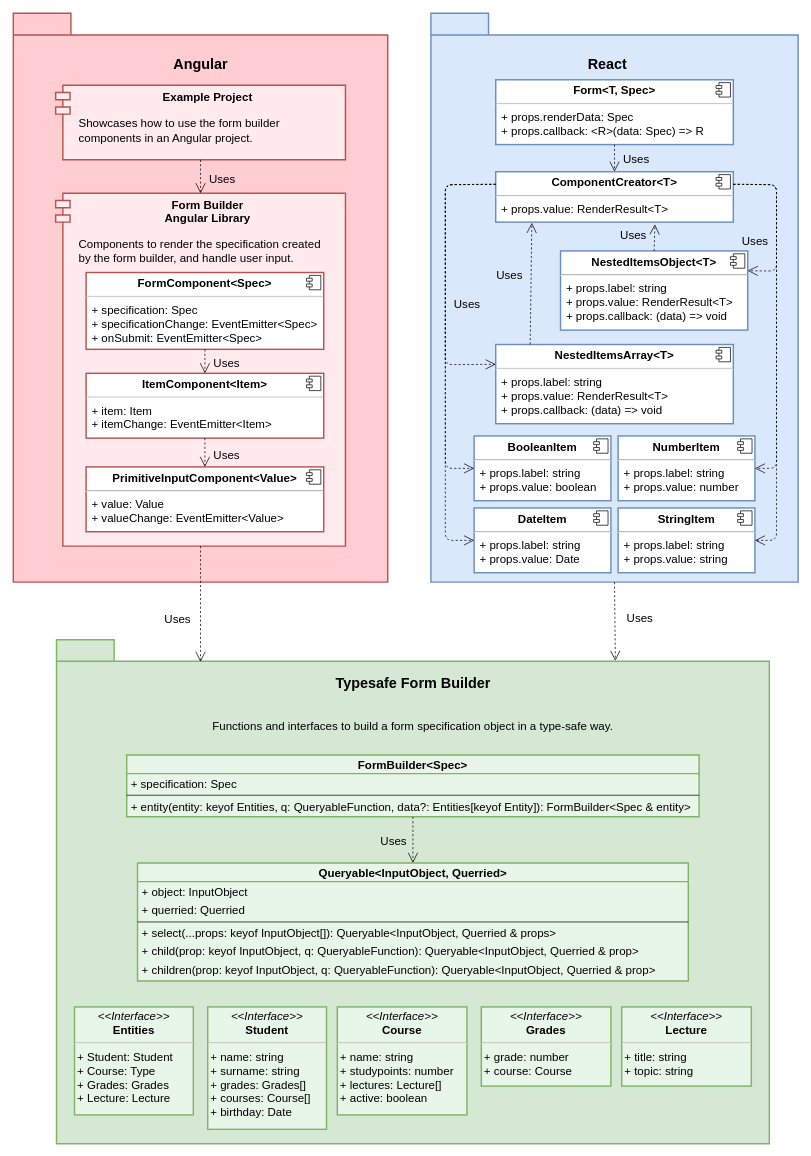
The draw.io diagram documentation/diagrams/form-builder-diagram.drawio in ahoefnagel/typesafe-form-builder, before the edit. Source tidied: cells renumbered, new cells numbered last; positions are measured from the earlier drawing's top-left corner, leaving out a move shared by most shapes. Both pictures are drawn from the tidied source at 72%, with x=0, y=0 at pixel (13, 13).
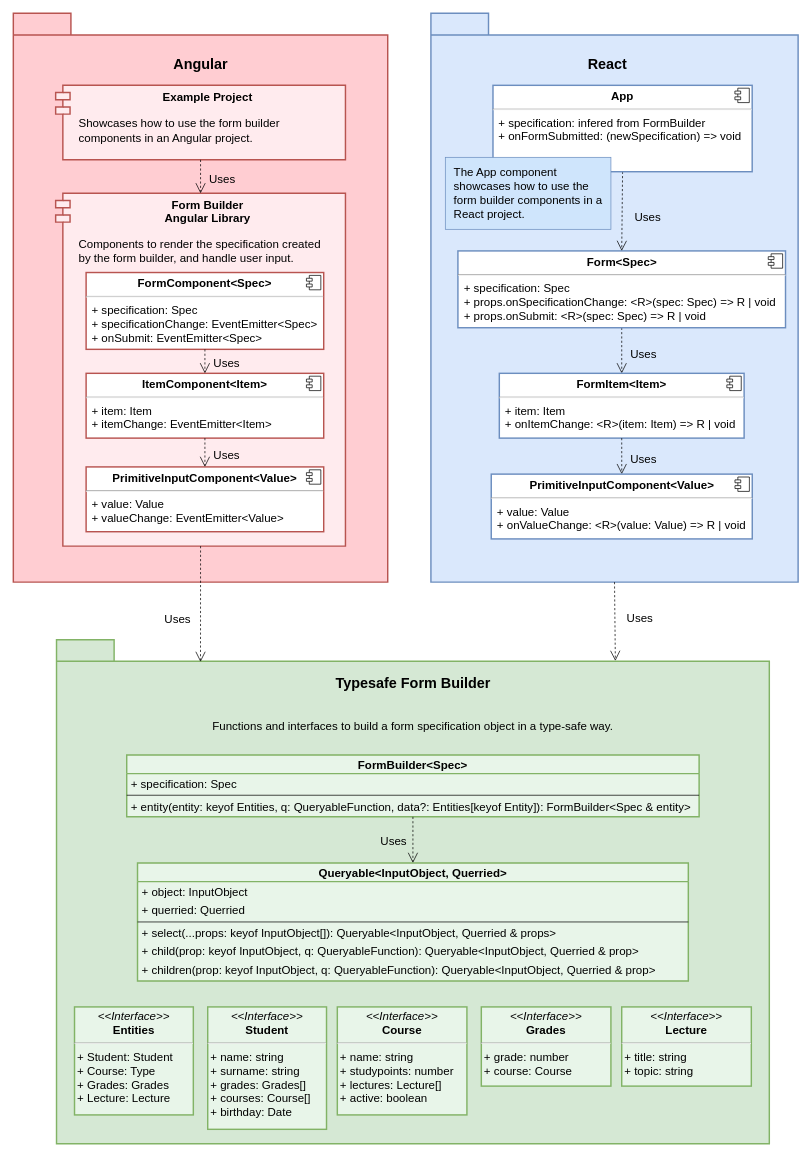
The same diagram, later.

Commit message (it also covers changes not shown here):
Update react components in Diagram.

Unchanged cells that the change refers to:
```xml
<mxCell id="17" style="shape=folder;fontStyle=1;tabWidth=80;tabHeight=30;tabPosition=left;html=1;boundedLbl=1;fontSize=16;strokeWidth=2;fillColor=#dae8fc;strokeColor=#6c8ebf;" parent="1" vertex="1">
  <mxGeometry x="580" width="510" height="790" as="geometry" />
</mxCell>
```

The edit, as a diff of the source:
```diff
@@
-    <mxCell id="19" value="&lt;p style=&quot;margin: 6px 0px 0px ; text-align: center ; font-size: 16px&quot;&gt;&lt;b style=&quot;font-size: 16px&quot;&gt;Form&amp;lt;T, Spec&amp;gt;&lt;/b&gt;&lt;/p&gt;&lt;hr style=&quot;font-size: 16px&quot;&gt;&lt;p style=&quot;margin: 0px 0px 0px 8px ; font-size: 16px&quot;&gt;+ props.renderData: Spec&lt;br style=&quot;font-size: 16px&quot;&gt;+ props.callback: &amp;lt;R&amp;gt;(data: Spec) =&amp;gt; R&lt;br&gt;&lt;/p&gt;" style="align=left;overflow=fill;html=1;labelBackgroundColor=none;fontSize=16;fontColor=#000000;strokeWidth=2;fillColor=#FFFFFF;gradientColor=none;strokeColor=#6C8EBF;" parent="17" vertex="1">
-      <mxGeometry x="90" y="92.3" width="330" height="90" as="geometry" />
-    </mxCell>
-    <mxCell id="20" style="shape=component;jettyWidth=8;jettyHeight=4;" parent="19" vertex="1">
-      <mxGeometry x="1" width="20" height="20" relative="1" as="geometry">
-        <mxPoint x="-24" y="4" as="offset" />
-      </mxGeometry>
-    </mxCell>
-    <mxCell id="21" value="&lt;p style=&quot;margin: 6px 0px 0px ; text-align: center ; font-size: 16px&quot;&gt;&lt;b style=&quot;font-size: 16px&quot;&gt;NestedItemsObject&amp;lt;T&amp;gt;&lt;/b&gt;&lt;/p&gt;&lt;hr style=&quot;font-size: 16px&quot;&gt;&lt;p style=&quot;margin: 0px 0px 0px 8px ; font-size: 16px&quot;&gt;+ props.label: string&lt;/p&gt;&lt;p style=&quot;margin: 0px 0px 0px 8px ; font-size: 16px&quot;&gt;+ props.value: RenderResult&amp;lt;T&amp;gt;&lt;/p&gt;&lt;p style=&quot;margin: 0px 0px 0px 8px ; font-size: 16px&quot;&gt;+ props.callback: (data) =&amp;gt; void&lt;/p&gt;" style="align=left;overflow=fill;html=1;labelBackgroundColor=none;fontSize=16;fontColor=#000000;strokeWidth=2;fillColor=#FFFFFF;gradientColor=none;strokeColor=#6C8EBF;" parent="17" vertex="1">
-      <mxGeometry x="180" y="330" width="260" height="110" as="geometry" />
-    </mxCell>
-    <mxCell id="22" style="shape=component;jettyWidth=8;jettyHeight=4;" parent="21" vertex="1">
-      <mxGeometry x="1" width="20" height="20" relative="1" as="geometry">
-        <mxPoint x="-24" y="4" as="offset" />
-      </mxGeometry>
-    </mxCell>
-    <mxCell id="23" value="&lt;p style=&quot;margin: 6px 0px 0px ; text-align: center ; font-size: 16px&quot;&gt;&lt;b style=&quot;font-size: 16px&quot;&gt;NestedItemsArray&amp;lt;T&amp;gt;&lt;/b&gt;&lt;/p&gt;&lt;hr style=&quot;font-size: 16px&quot;&gt;&lt;p style=&quot;margin: 0px 0px 0px 8px ; font-size: 16px&quot;&gt;+ props.label: string&lt;/p&gt;&lt;p style=&quot;margin: 0px 0px 0px 8px ; font-size: 16px&quot;&gt;+ props.value: RenderResult&amp;lt;T&amp;gt;&lt;/p&gt;&lt;p style=&quot;margin: 0px 0px 0px 8px ; font-size: 16px&quot;&gt;+ props.callback: (data) =&amp;gt; void&lt;/p&gt;" style="align=left;overflow=fill;html=1;labelBackgroundColor=none;fontSize=16;fontColor=#000000;strokeWidth=2;fillColor=#FFFFFF;gradientColor=none;strokeColor=#6C8EBF;" parent="17" vertex="1">
-      <mxGeometry x="90" y="460" width="330" height="110" as="geometry" />
-    </mxCell>
-    <mxCell id="24" style="shape=component;jettyWidth=8;jettyHeight=4;" parent="23" vertex="1">
-      <mxGeometry x="1" width="20" height="20" relative="1" as="geometry">
-        <mxPoint x="-24" y="4" as="offset" />
-      </mxGeometry>
-    </mxCell>
-    <mxCell id="25" value="&lt;p style=&quot;margin: 6px 0px 0px ; text-align: center ; font-size: 16px&quot;&gt;&lt;b style=&quot;font-size: 16px&quot;&gt;BooleanItem&lt;/b&gt;&lt;/p&gt;&lt;hr style=&quot;font-size: 16px&quot;&gt;&lt;p style=&quot;margin: 0px 0px 0px 8px ; font-size: 16px&quot;&gt;+ props.label: string&lt;/p&gt;&lt;p style=&quot;margin: 0px 0px 0px 8px ; font-size: 16px&quot;&gt;+ props.value: boolean&lt;/p&gt;" style="align=left;overflow=fill;html=1;labelBackgroundColor=none;fontSize=16;fontColor=#000000;strokeWidth=2;fillColor=#FFFFFF;gradientColor=none;strokeColor=#6C8EBF;" parent="17" vertex="1">
-      <mxGeometry x="60" y="587" width="190" height="90" as="geometry" />
-    </mxCell>
-    <mxCell id="26" style="shape=component;jettyWidth=8;jettyHeight=4;" parent="25" vertex="1">
-      <mxGeometry x="1" width="20" height="20" relative="1" as="geometry">
-        <mxPoint x="-24" y="4" as="offset" />
-      </mxGeometry>
-    </mxCell>
-    <mxCell id="27" value="&lt;p style=&quot;margin: 6px 0px 0px ; text-align: center ; font-size: 16px&quot;&gt;&lt;b style=&quot;font-size: 16px&quot;&gt;DateItem&lt;/b&gt;&lt;/p&gt;&lt;hr style=&quot;font-size: 16px&quot;&gt;&lt;p style=&quot;margin: 0px 0px 0px 8px ; font-size: 16px&quot;&gt;+ props.label: string&lt;/p&gt;&lt;p style=&quot;margin: 0px 0px 0px 8px ; font-size: 16px&quot;&gt;+ props.value: Date&lt;/p&gt;" style="align=left;overflow=fill;html=1;labelBackgroundColor=none;fontSize=16;fontColor=#000000;strokeWidth=2;fillColor=#FFFFFF;gradientColor=none;strokeColor=#6C8EBF;" parent="17" vertex="1">
-      <mxGeometry x="60" y="687" width="190" height="90" as="geometry" />
-    </mxCell>
-    <mxCell id="28" style="shape=component;jettyWidth=8;jettyHeight=4;" parent="27" vertex="1">
-      <mxGeometry x="1" width="20" height="20" relative="1" as="geometry">
-        <mxPoint x="-24" y="4" as="offset" />
-      </mxGeometry>
-    </mxCell>
-    <mxCell id="29" value="&lt;p style=&quot;margin: 6px 0px 0px ; text-align: center ; font-size: 16px&quot;&gt;&lt;b style=&quot;font-size: 16px&quot;&gt;NumberItem&lt;/b&gt;&lt;/p&gt;&lt;hr style=&quot;font-size: 16px&quot;&gt;&lt;p style=&quot;margin: 0px 0px 0px 8px ; font-size: 16px&quot;&gt;+ props.label: string&lt;/p&gt;&lt;p style=&quot;margin: 0px 0px 0px 8px ; font-size: 16px&quot;&gt;+ props.value: number&lt;/p&gt;" style="align=left;overflow=fill;html=1;labelBackgroundColor=none;fontSize=16;fontColor=#000000;strokeWidth=2;fillColor=#FFFFFF;gradientColor=none;strokeColor=#6C8EBF;" parent="17" vertex="1">
-      <mxGeometry x="260" y="587" width="190" height="90" as="geometry" />
-    </mxCell>
-    <mxCell id="30" style="shape=component;jettyWidth=8;jettyHeight=4;" parent="29" vertex="1">
-      <mxGeometry x="1" width="20" height="20" relative="1" as="geometry">
-        <mxPoint x="-24" y="4" as="offset" />
-      </mxGeometry>
-    </mxCell>
-    <mxCell id="31" value="&lt;p style=&quot;margin: 6px 0px 0px ; text-align: center ; font-size: 16px&quot;&gt;&lt;b style=&quot;font-size: 16px&quot;&gt;StringItem&lt;/b&gt;&lt;/p&gt;&lt;hr style=&quot;font-size: 16px&quot;&gt;&lt;p style=&quot;margin: 0px 0px 0px 8px ; font-size: 16px&quot;&gt;+ props.label: string&lt;/p&gt;&lt;p style=&quot;margin: 0px 0px 0px 8px ; font-size: 16px&quot;&gt;+ props.value: string&lt;/p&gt;" style="align=left;overflow=fill;html=1;labelBackgroundColor=none;fontSize=16;fontColor=#000000;strokeWidth=2;fillColor=#FFFFFF;gradientColor=none;strokeColor=#6C8EBF;" parent="17" vertex="1">
-      <mxGeometry x="260" y="687" width="190" height="90" as="geometry" />
-    </mxCell>
-    <mxCell id="32" style="shape=component;jettyWidth=8;jettyHeight=4;" parent="31" vertex="1">
-      <mxGeometry x="1" width="20" height="20" relative="1" as="geometry">
-        <mxPoint x="-24" y="4" as="offset" />
-      </mxGeometry>
-    </mxCell>
-    <mxCell id="33" value="&lt;p style=&quot;margin: 6px 0px 0px ; text-align: center ; font-size: 16px&quot;&gt;&lt;b style=&quot;font-size: 16px&quot;&gt;ComponentCreator&amp;lt;T&amp;gt;&lt;/b&gt;&lt;/p&gt;&lt;hr style=&quot;font-size: 16px&quot;&gt;&lt;p style=&quot;margin: 0px 0px 0px 8px ; font-size: 16px&quot;&gt;+ props.value: RenderResult&amp;lt;T&amp;gt;&lt;/p&gt;" style="align=left;overflow=fill;html=1;labelBackgroundColor=none;fontSize=16;fontColor=#000000;strokeWidth=2;fillColor=#FFFFFF;gradientColor=none;strokeColor=#6C8EBF;" parent="17" vertex="1">
-      <mxGeometry x="90" y="220" width="330" height="70" as="geometry" />
-    </mxCell>
-    <mxCell id="34" style="shape=component;jettyWidth=8;jettyHeight=4;" parent="33" vertex="1">
-      <mxGeometry x="1" width="20" height="20" relative="1" as="geometry">
-        <mxPoint x="-24" y="4" as="offset" />
-      </mxGeometry>
-    </mxCell>
-    <mxCell id="35" value="Uses" style="endArrow=open;endSize=12;dashed=1;html=1;fontSize=16;exitX=0.5;exitY=1;exitDx=0;exitDy=0;entryX=0.5;entryY=0;entryDx=0;entryDy=0;labelBackgroundColor=none;" parent="17" edge="1" source="19" target="33">
-      <mxGeometry x="0.14" y="30" relative="1" as="geometry" />
-    </mxCell>
-    <mxCell id="36" value="Uses" style="endArrow=open;endSize=12;dashed=1;html=1;fontSize=16;exitX=0.5;exitY=0;exitDx=0;exitDy=0;labelBackgroundColor=none;entryX=0.67;entryY=1.043;entryDx=0;entryDy=0;entryPerimeter=0;" parent="17" edge="1" source="21" target="33">
-      <mxGeometry x="0.14" y="30" relative="1" as="geometry" />
-    </mxCell>
-    <mxCell id="37" value="Uses" style="endArrow=open;endSize=12;dashed=1;html=1;fontSize=16;entryX=0;entryY=0.25;entryDx=0;entryDy=0;labelBackgroundColor=none;exitX=0;exitY=0.25;exitDx=0;exitDy=0;" parent="17" edge="1" source="33" target="23">
-      <mxGeometry x="0.21" y="30" relative="1" as="geometry">
-        <Array as="points">
-          <mxPoint x="20" y="238" />
-          <mxPoint x="20" y="488" />
-        </Array>
-      </mxGeometry>
-    </mxCell>
-    <mxCell id="38" value="Uses" style="endArrow=open;endSize=12;dashed=1;html=1;fontSize=16;exitX=0.145;exitY=0;exitDx=0;exitDy=0;entryX=0.152;entryY=1.014;entryDx=0;entryDy=0;labelBackgroundColor=none;entryPerimeter=0;exitPerimeter=0;" parent="17" edge="1" source="23" target="33">
-      <mxGeometry x="0.14" y="30" relative="1" as="geometry" />
-    </mxCell>
-    <mxCell id="39" value="Uses" style="endArrow=open;endSize=12;dashed=1;html=1;fontSize=16;labelBackgroundColor=none;entryX=1;entryY=0.25;entryDx=0;entryDy=0;exitX=1;exitY=0.25;exitDx=0;exitDy=0;" parent="17" edge="1" source="33" target="21">
-      <mxGeometry x="0.25" y="-30" relative="1" as="geometry">
-        <Array as="points">
-          <mxPoint x="480" y="238" />
-          <mxPoint x="480" y="358" />
-        </Array>
-      </mxGeometry>
-    </mxCell>
-    <mxCell id="40" style="endArrow=open;endSize=12;dashed=1;html=1;fontSize=16;entryX=0;entryY=0.5;entryDx=0;entryDy=0;labelBackgroundColor=none;exitX=0;exitY=0.25;exitDx=0;exitDy=0;" parent="17" edge="1" source="33" target="25">
-      <mxGeometry x="0.21" y="30" relative="1" as="geometry">
-        <Array as="points">
-          <mxPoint x="20" y="238" />
-          <mxPoint x="20" y="632" />
-        </Array>
-      </mxGeometry>
-    </mxCell>
-    <mxCell id="41" style="endArrow=open;endSize=12;dashed=1;html=1;fontSize=16;labelBackgroundColor=none;entryX=1;entryY=0.5;entryDx=0;entryDy=0;exitX=1;exitY=0.25;exitDx=0;exitDy=0;" parent="17" edge="1" source="33" target="29">
-      <mxGeometry x="0.25" y="-30" relative="1" as="geometry">
-        <Array as="points">
-          <mxPoint x="480" y="238" />
-          <mxPoint x="480" y="632" />
-        </Array>
-      </mxGeometry>
-    </mxCell>
-    <mxCell id="42" style="endArrow=open;endSize=12;dashed=1;html=1;fontSize=16;labelBackgroundColor=none;entryX=1;entryY=0.5;entryDx=0;entryDy=0;exitX=1;exitY=0.25;exitDx=0;exitDy=0;" parent="17" edge="1" source="33" target="31">
-      <mxGeometry x="0.25" y="-30" relative="1" as="geometry">
-        <Array as="points">
-          <mxPoint x="480" y="238" />
-          <mxPoint x="480" y="732" />
-        </Array>
-      </mxGeometry>
-    </mxCell>
-    <mxCell id="43" style="endArrow=open;endSize=12;dashed=1;html=1;fontSize=16;entryX=0;entryY=0.5;entryDx=0;entryDy=0;labelBackgroundColor=none;exitX=0;exitY=0.25;exitDx=0;exitDy=0;" parent="17" edge="1" source="33" target="27">
-      <mxGeometry x="0.21" y="30" relative="1" as="geometry">
-        <Array as="points">
-          <mxPoint x="20" y="238" />
-          <mxPoint x="20" y="732" />
-        </Array>
-      </mxGeometry>
-    </mxCell>
+    <mxCell id="66" value="Uses" style="endArrow=open;endSize=12;dashed=1;html=1;fontSize=16;exitX=0.5;exitY=1;exitDx=0;exitDy=0;entryX=0.5;entryY=0;entryDx=0;entryDy=0;labelBackgroundColor=none;" parent="17" edge="1" source="67" target="69">
+      <mxGeometry x="0.13" y="30" relative="1" as="geometry" />
+    </mxCell>
+    <mxCell id="67" value="&lt;p style=&quot;margin: 6px 0px 0px ; text-align: center ; font-size: 16px&quot;&gt;&lt;b style=&quot;font-size: 16px&quot;&gt;Form&amp;lt;Spec&amp;gt;&lt;/b&gt;&lt;/p&gt;&lt;hr style=&quot;font-size: 16px&quot;&gt;&lt;p style=&quot;margin: 0px 0px 0px 8px ; font-size: 16px&quot;&gt;+ specification: Spec&lt;br style=&quot;font-size: 16px&quot;&gt;+ props.onSpecificationChange: &amp;lt;R&amp;gt;(spec: Spec) =&amp;gt; R | void&lt;br&gt;+ props.onSubmit: &amp;lt;R&amp;gt;(spec: Spec) =&amp;gt; R | void&lt;/p&gt;" style="align=left;overflow=fill;html=1;labelBackgroundColor=none;fontSize=16;fontColor=#000000;strokeWidth=2;fillColor=#FFFFFF;gradientColor=none;strokeColor=#6C8EBF;" parent="17" vertex="1">
+      <mxGeometry x="37.5" y="330" width="455" height="106.7" as="geometry" />
+    </mxCell>
+    <mxCell id="68" style="shape=component;jettyWidth=8;jettyHeight=4;" parent="67" vertex="1">
+      <mxGeometry x="1" width="20" height="20" relative="1" as="geometry">
+        <mxPoint x="-24" y="4" as="offset" />
+      </mxGeometry>
+    </mxCell>
+    <mxCell id="69" value="&lt;p style=&quot;margin: 6px 0px 0px ; text-align: center ; font-size: 16px&quot;&gt;&lt;b style=&quot;font-size: 16px&quot;&gt;FormItem&amp;lt;Item&amp;gt;&lt;/b&gt;&lt;/p&gt;&lt;hr style=&quot;font-size: 16px&quot;&gt;&lt;p style=&quot;margin: 0px 0px 0px 8px ; font-size: 16px&quot;&gt;+ item: Item&lt;br style=&quot;font-size: 16px&quot;&gt;+ onItemChange: &amp;lt;R&amp;gt;(item: Item) =&amp;gt; R | void&lt;/p&gt;" style="align=left;overflow=fill;html=1;labelBackgroundColor=none;fontSize=16;fontColor=#000000;strokeWidth=2;fillColor=#FFFFFF;gradientColor=none;strokeColor=#6C8EBF;" parent="17" vertex="1">
+      <mxGeometry x="95" y="500" width="340" height="90" as="geometry" />
+    </mxCell>
+    <mxCell id="70" style="shape=component;jettyWidth=8;jettyHeight=4;" parent="69" vertex="1">
+      <mxGeometry x="1" width="20" height="20" relative="1" as="geometry">
+        <mxPoint x="-24" y="4" as="offset" />
+      </mxGeometry>
+    </mxCell>
+    <mxCell id="71" value="Uses" style="endArrow=open;endSize=12;dashed=1;html=1;fontSize=16;exitX=0.5;exitY=1;exitDx=0;exitDy=0;entryX=0.5;entryY=0;entryDx=0;entryDy=0;labelBackgroundColor=none;" parent="17" edge="1" source="69" target="72">
+      <mxGeometry x="0.14" y="30" relative="1" as="geometry" />
+    </mxCell>
+    <mxCell id="72" value="&lt;p style=&quot;margin: 6px 0px 0px ; text-align: center ; font-size: 16px&quot;&gt;&lt;b style=&quot;font-size: 16px&quot;&gt;PrimitiveInputComponent&amp;lt;Value&amp;gt;&lt;/b&gt;&lt;/p&gt;&lt;hr style=&quot;font-size: 16px&quot;&gt;&lt;p style=&quot;margin: 0px 0px 0px 8px ; font-size: 16px&quot;&gt;+ value: Value&lt;br style=&quot;font-size: 16px&quot;&gt;+ onValueChange: &amp;lt;R&amp;gt;(value: Value) =&amp;gt; R | void&lt;/p&gt;" style="align=left;overflow=fill;html=1;labelBackgroundColor=none;fontSize=16;fontColor=#000000;strokeWidth=2;fillColor=#FFFFFF;gradientColor=none;strokeColor=#6C8EBF;" parent="17" vertex="1">
+      <mxGeometry x="83.8" y="640" width="362.5" height="90" as="geometry" />
+    </mxCell>
+    <mxCell id="73" style="shape=component;jettyWidth=8;jettyHeight=4;" parent="72" vertex="1">
+      <mxGeometry x="1" width="20" height="20" relative="1" as="geometry">
+        <mxPoint x="-24" y="4" as="offset" />
+      </mxGeometry>
+    </mxCell>
+    <mxCell id="74" value="Uses" style="endArrow=open;endSize=12;dashed=1;html=1;fontSize=16;exitX=0.5;exitY=1;exitDx=0;exitDy=0;entryX=0.5;entryY=0;entryDx=0;entryDy=0;labelBackgroundColor=none;" parent="17" edge="1" source="75" target="67">
+      <mxGeometry x="0.14" y="35" relative="1" as="geometry" />
+    </mxCell>
+    <mxCell id="75" value="&lt;p style=&quot;margin: 6px 0px 0px ; text-align: center&quot;&gt;&lt;b&gt;App&lt;/b&gt;&lt;/p&gt;&lt;hr&gt;&lt;p style=&quot;margin: 0px 0px 0px 8px&quot;&gt;+ specification: infered from FormBuilder&lt;br&gt;+ onFormSubmitted: (newSpecification) =&amp;gt; void&lt;/p&gt;" style="align=left;overflow=fill;html=1;labelBackgroundColor=none;fontSize=16;fontColor=#000000;strokeWidth=2;fillColor=#FFFFFF;gradientColor=none;strokeColor=#6C8EBF;" parent="17" vertex="1">
+      <mxGeometry x="86.2" y="100" width="360" height="120" as="geometry" />
+    </mxCell>
+    <mxCell id="76" style="shape=component;jettyWidth=8;jettyHeight=4;" parent="75" vertex="1">
+      <mxGeometry x="1" width="20" height="20" relative="1" as="geometry">
+        <mxPoint x="-24" y="4" as="offset" />
+      </mxGeometry>
+    </mxCell>
+    <mxCell id="77" value="The App component showcases how to use the form builder components in a React project." style="text;html=1;strokeColor=#6c8ebf;align=left;verticalAlign=middle;whiteSpace=wrap;rounded=0;labelBackgroundColor=none;fontSize=16;spacingLeft=10;spacingBottom=10;spacingTop=10;spacingRight=10;fillColor=#CFE5FC;" parent="17" vertex="1">
+      <mxGeometry x="20" y="200" width="230" height="100" as="geometry" />
+    </mxCell>
```
